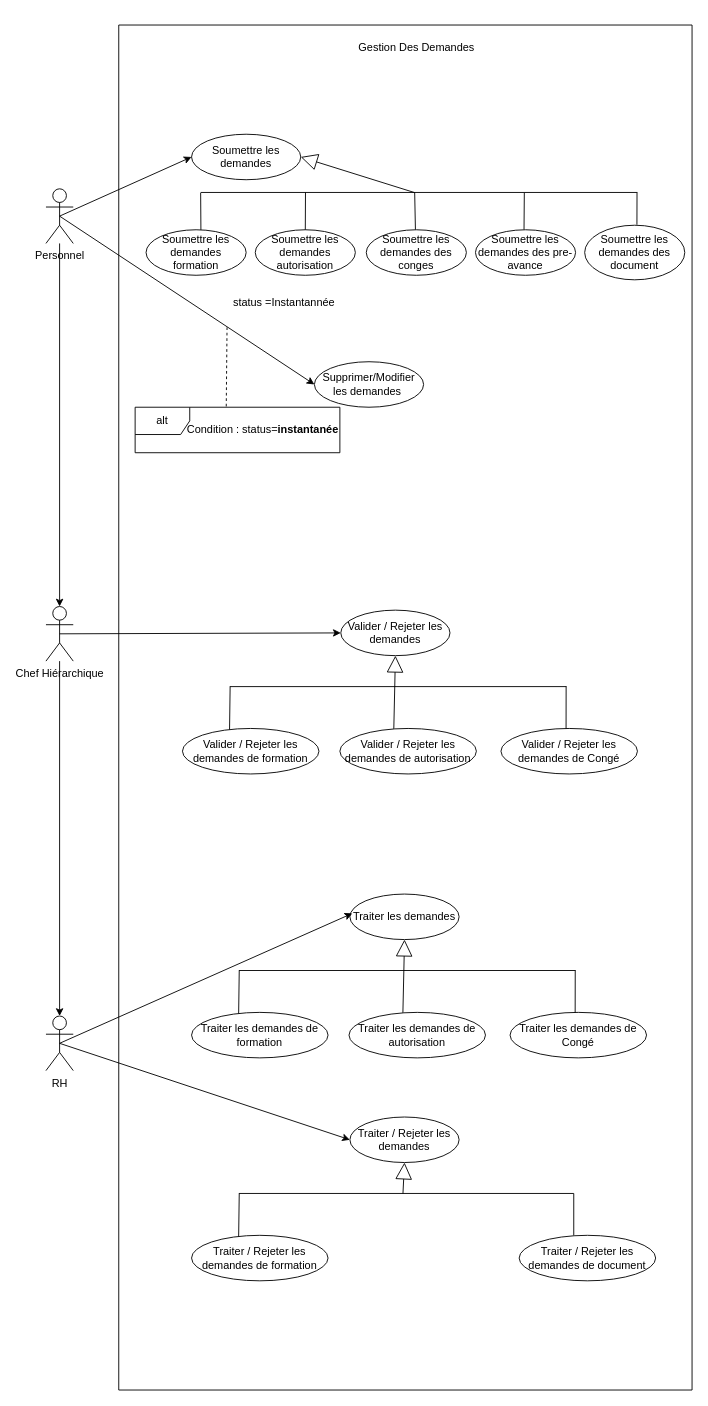
Earlier version of the draw.io diagram use-case-s2.drawio (PORTAIL-RH/Portail-RH-Mobile). Source tidied: cells renumbered, new cells numbered last; positions are measured from the earlier drawing's top-left corner, leaving out a move shared by most shapes. Both pictures are drawn from the tidied source at 91%, with x=0, y=0 at pixel (46, 25).
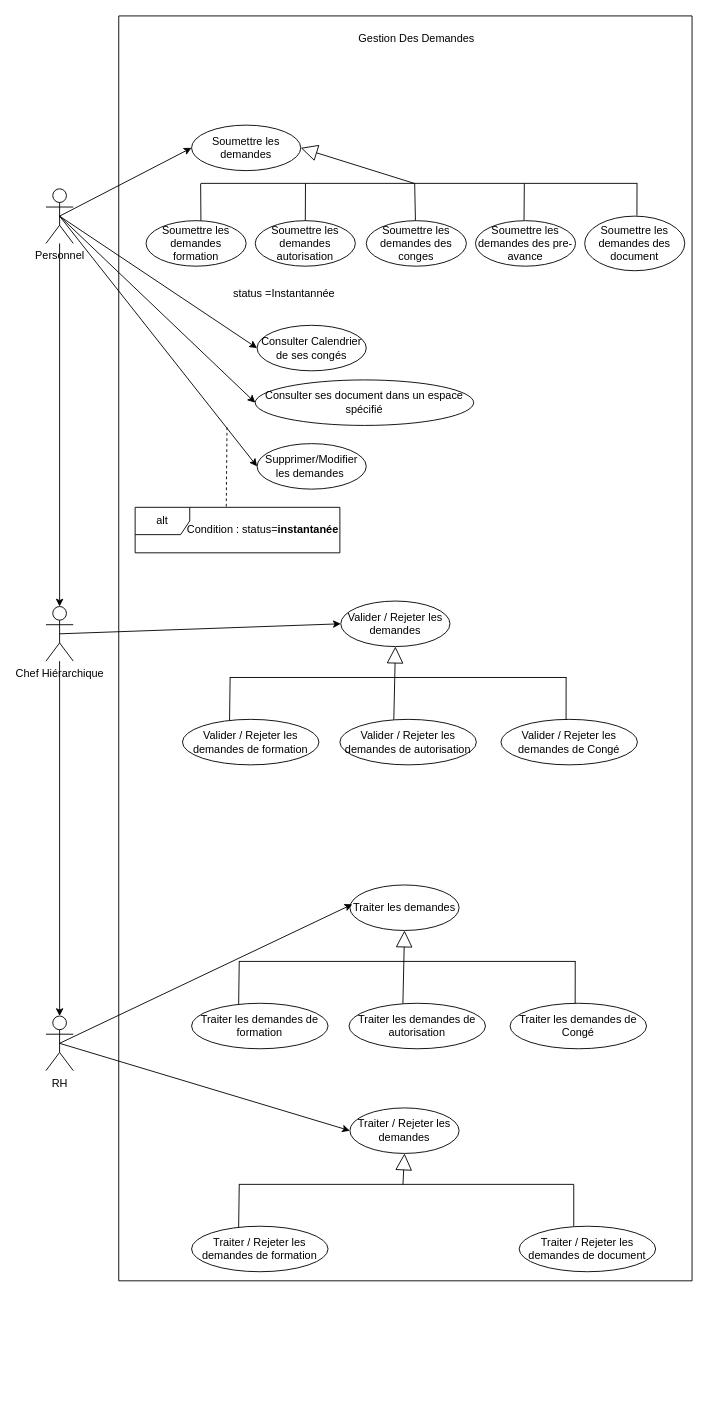
After the change.

Commit message:
Mettre à jour use-case-s2.drawio

The change refers to these unchanged cells:
```xml
<mxCell id="47" value="Personnel" style="shape=umlActor;verticalLabelPosition=bottom;verticalAlign=top;html=1;outlineConnect=0;" parent="1" vertex="1">
  <mxGeometry y="180" width="30" height="60" as="geometry" />
</mxCell>
```

Diff of the diagram source:
```diff
@@
     <mxCell id="2" style="swimlane;startSize=0;" parent="1" vertex="1">
-      <mxGeometry x="80" width="630" height="1500" as="geometry" />
+      <mxGeometry x="80" y="-10" width="630" height="1390" as="geometry" />
     </mxCell>
@@
     <mxCell id="17" value="Supprimer/Modifier les demandes&amp;nbsp;" style="ellipse;whiteSpace=wrap;html=1;" parent="2" vertex="1">
-      <mxGeometry x="215" y="370" width="120" height="50" as="geometry" />
+      <mxGeometry x="152" y="470" width="120" height="50" as="geometry" />
     </mxCell>
     <mxCell id="18" value="alt" style="shape=umlFrame;whiteSpace=wrap;html=1;" parent="2" vertex="1">
-      <mxGeometry x="18" y="420" width="225" height="50" as="geometry" />
+      <mxGeometry x="18" y="540" width="225" height="50" as="geometry" />
     </mxCell>
@@
     <mxCell id="20" value="Condition : status=&lt;strong&gt;instantanée&lt;/strong&gt;" style="text;html=1;align=center;verticalAlign=middle;strokeColor=none;fillColor=none;" parent="2" vertex="1">
-      <mxGeometry x="62.5" y="430" width="190" height="30" as="geometry" />
+      <mxGeometry x="62.5" y="550" width="190" height="30" as="geometry" />
     </mxCell>
     <mxCell id="21" style="endArrow=none;dashed=1;html=1;rounded=0;exitX=0.445;exitY=-0.017;exitDx=0;exitDy=0;exitPerimeter=0;" parent="2" edge="1" source="18">
       <mxGeometry relative="1" as="geometry">
-        <mxPoint x="119" y="332" as="targetPoint" />
+        <mxPoint x="119" y="450" as="targetPoint" />
       </mxGeometry>
     </mxCell>
@@
+    <mxCell id="57" value="Consulter ses document dans un espace spécifié" style="ellipse;whiteSpace=wrap;html=1;" parent="2" vertex="1">
+      <mxGeometry x="150" y="400" width="240" height="50" as="geometry" />
+    </mxCell>
+    <mxCell id="58" value="Consulter Calendrier de ses congés" style="ellipse;whiteSpace=wrap;html=1;" parent="2" vertex="1">
+      <mxGeometry x="152" y="340" width="120" height="50" as="geometry" />
+    </mxCell>
@@
+    <mxCell id="59" style="endArrow=classic;html=1;rounded=0;exitX=0.5;exitY=0.5;exitDx=0;exitDy=0;exitPerimeter=0;entryX=0;entryY=0.5;entryDx=0;entryDy=0;" parent="1" edge="1" source="47" target="57">
+      <mxGeometry relative="1" as="geometry" />
+    </mxCell>
+    <mxCell id="60" style="endArrow=classic;html=1;rounded=0;entryX=0;entryY=0.5;entryDx=0;entryDy=0;" parent="1" edge="1" target="58">
+      <mxGeometry relative="1" as="geometry">
+        <mxPoint x="15" y="210" as="sourcePoint" />
+      </mxGeometry>
+    </mxCell>
```
